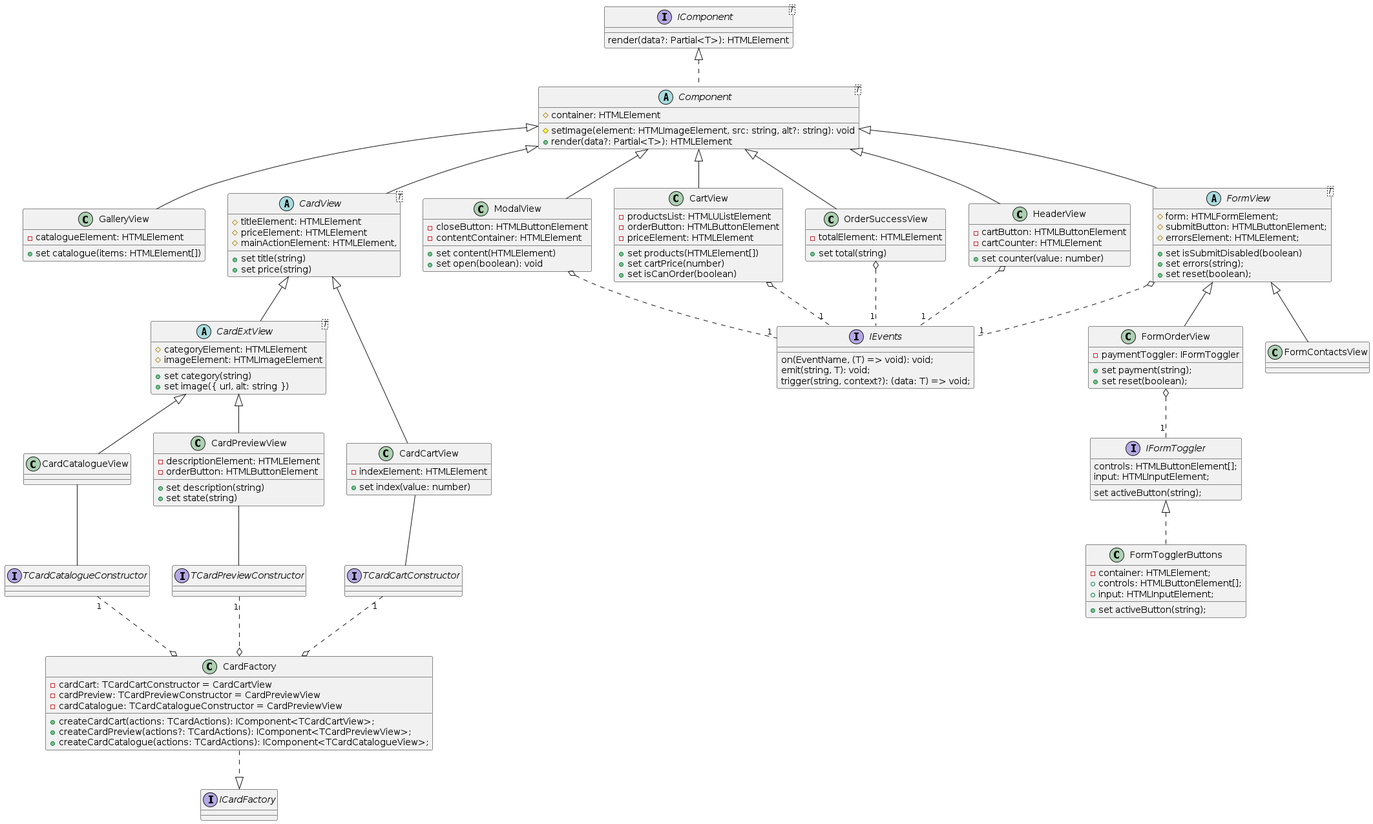
Earlier version of the PlantUML export ViewClassesDiagram.png (Mishbazian/weblarek).
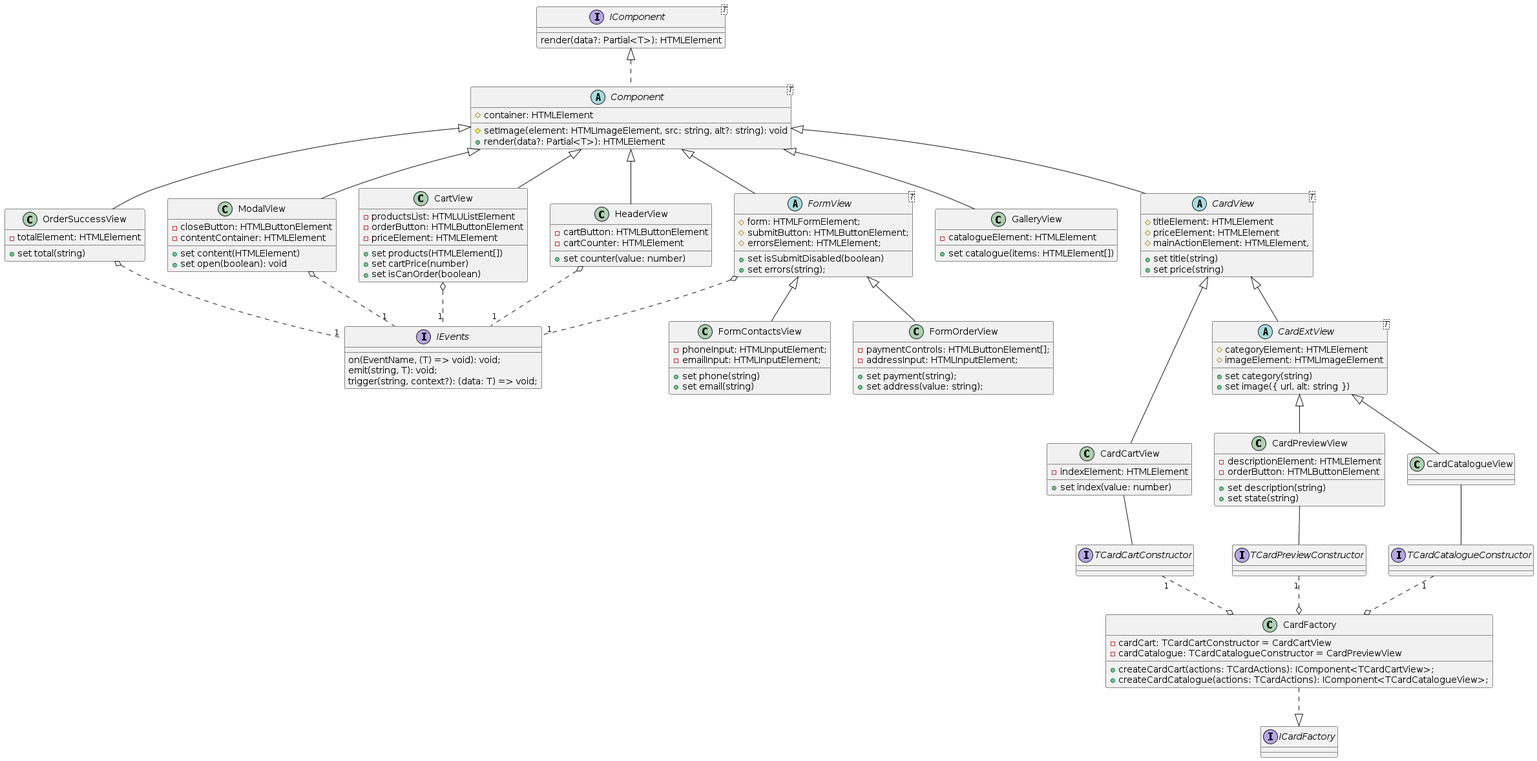
Later version of the same file.

The edit, as a diff of the source:
```diff
@@ -91,20 +91,6 @@
 }
 
 
-class FormTogglerButtons implements IFormToggler{
-  -container: HTMLElement;
-  +controls: HTMLButtonElement[];
-  +input: HTMLInputElement;
-  +set activeButton(string);
-}
-
-interface IFormToggler {
-  controls: HTMLButtonElement[];
-  input: HTMLInputElement;
-  set activeButton(string);
-}
-
-
 
 abstract class FormView<T> extends Component {
   #form: HTMLFormElement;
@@ -112,17 +98,21 @@
   #errorsElement: HTMLElement;
   +set isSubmitDisabled(boolean)
   +set errors(string);
-  +set reset(boolean);
 }
 
 class FormOrderView extends FormView {
-  -paymentToggler: IFormToggler
+    -paymentControls: HTMLButtonElement[];
+    -addressInput: HTMLInputElement;
   + set payment(string);
-  + set reset(boolean);
+  + set address(value: string);
 }
 
 
 class FormContactsView extends FormView {
+    - phoneInput: HTMLInputElement;
+    - emailInput: HTMLInputElement;
+    + set phone(string)
+    + set email(string)
 }
 
 
@@ -140,10 +130,8 @@
 
 class CardFactory {
         - cardCart: TCardCartConstructor = CardCartView
-        - cardPreview: TCardPreviewConstructor = CardPreviewView
         - cardCatalogue: TCardCatalogueConstructor = CardPreviewView
     + createCardCart(actions: TCardActions): IComponent<TCardCartView>;
-    + createCardPreview(actions?: TCardActions): IComponent<TCardPreviewView>;
     +createCardCatalogue(actions: TCardActions): IComponent<TCardCatalogueView>;
 
 }
@@ -156,7 +144,6 @@
 HeaderView --|> Component
 GalleryView --|> Component
 
-FormOrderView o.."1" IFormToggler
 ModalView o.."1" IEvents
 HeaderView o.."1" IEvents
 FormView o.."1" IEvents
```
